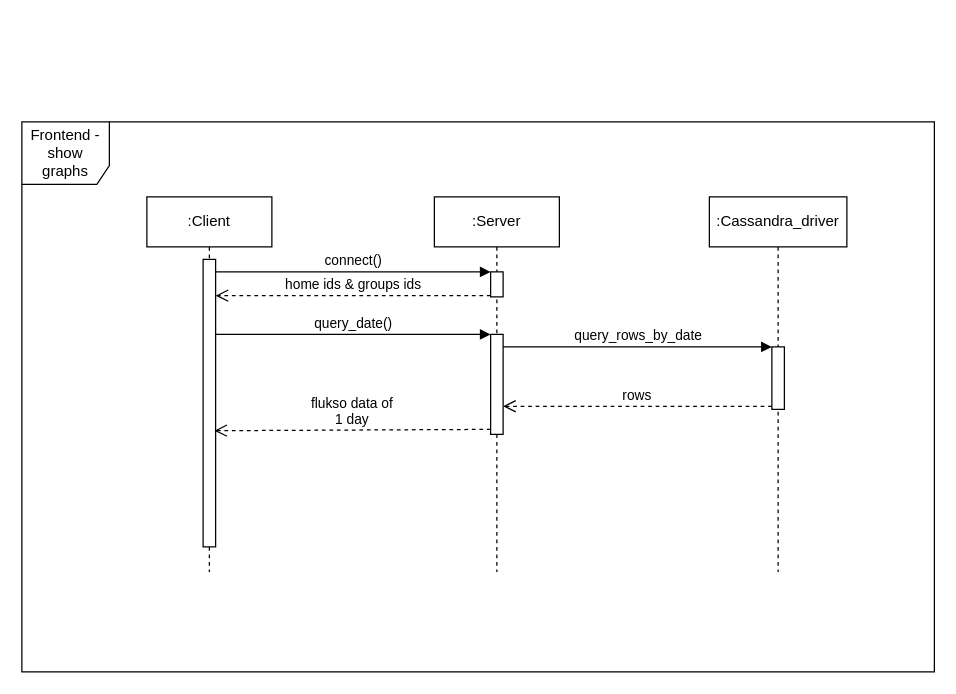
Before: page "seq diag frontend" (2 of 8) of documentation/documentation_diagrams.drawio in AlexandreHnf/Voisin-d-energie-ULB, a draw.io diagram. Source tidied: cells renumbered, new cells numbered last; positions are measured from the earlier drawing's top-left corner, leaving out a move shared by most shapes. Both pictures are drawn from the tidied source at 125%, with x=0, y=0 at pixel (21, 121).
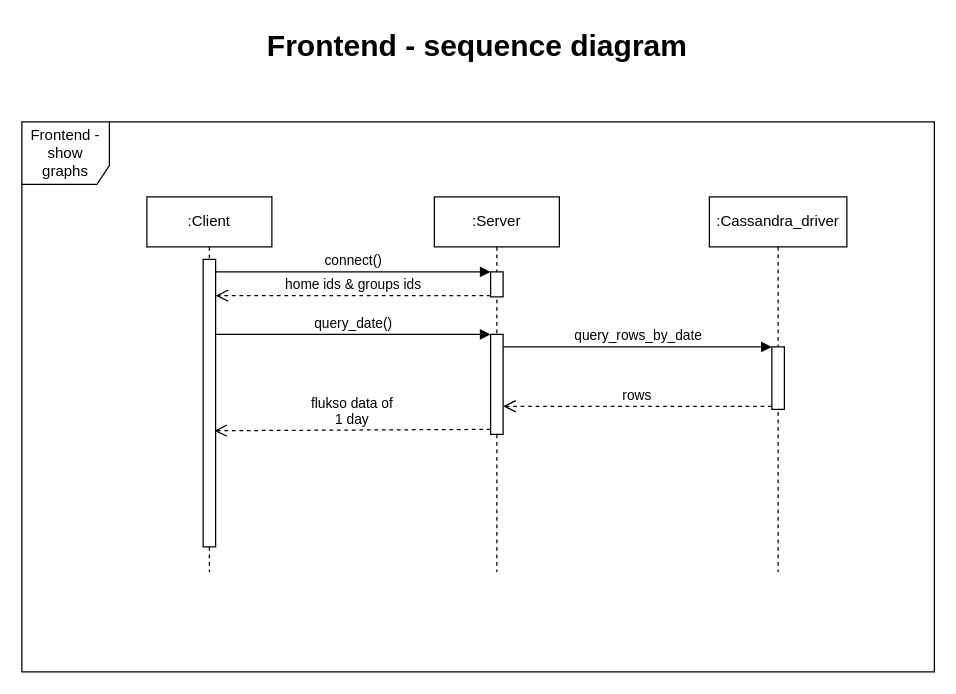
The same page after the edit.

Diff of the diagram source:
```diff
@@
 <mxGraphModel>
   <root>
     <mxCell id="0" />
     <mxCell id="1" parent="0" />
     <mxCell id="2" value="Frontend - show graphs" style="shape=umlFrame;whiteSpace=wrap;html=1;width=70;height=50;" parent="1" vertex="1">
       <mxGeometry width="730" height="440" as="geometry" />
     </mxCell>
     <mxCell id="3" value="&lt;div&gt;:Client&lt;/div&gt;" style="shape=umlLifeline;perimeter=lifelinePerimeter;whiteSpace=wrap;html=1;" parent="1" vertex="1">
       <mxGeometry x="100" y="60" width="100" height="300" as="geometry" />
     </mxCell>
     <mxCell id="4" style="html=1;points=[];perimeter=orthogonalPerimeter;" parent="3" vertex="1">
       <mxGeometry x="45" y="50" width="10" height="230" as="geometry" />
     </mxCell>
     <mxCell id="5" value="&lt;div&gt;:Server&lt;/div&gt;" style="shape=umlLifeline;perimeter=lifelinePerimeter;whiteSpace=wrap;html=1;" parent="1" vertex="1">
       <mxGeometry x="330" y="60" width="100" height="300" as="geometry" />
     </mxCell>
     <mxCell id="6" style="html=1;points=[];perimeter=orthogonalPerimeter;" parent="5" vertex="1">
       <mxGeometry x="45" y="60" width="10" height="20" as="geometry" />
     </mxCell>
     <mxCell id="7" style="html=1;points=[];perimeter=orthogonalPerimeter;" parent="5" vertex="1">
       <mxGeometry x="45" y="110" width="10" height="80" as="geometry" />
     </mxCell>
     <mxCell id="8" value="connect()" style="html=1;verticalAlign=bottom;endArrow=block;entryX=0;entryY=0;rounded=0;" parent="1" edge="1" source="4" target="6">
       <mxGeometry relative="1" as="geometry" />
     </mxCell>
     <mxCell id="9" value="home ids &amp;amp; groups ids" style="html=1;verticalAlign=bottom;endArrow=open;dashed=1;endSize=8;exitX=0;exitY=0.95;rounded=0;" parent="1" edge="1" source="6" target="4">
       <mxGeometry relative="1" as="geometry" />
     </mxCell>
     <mxCell id="10" value="query_date()" style="html=1;verticalAlign=bottom;endArrow=block;entryX=0;entryY=0;rounded=0;" parent="1" edge="1" source="4" target="7">
       <mxGeometry relative="1" as="geometry" />
     </mxCell>
     <mxCell id="11" value="&lt;div&gt;flukso data of &lt;br&gt;&lt;/div&gt;&lt;div&gt;1 day&lt;/div&gt;" style="html=1;verticalAlign=bottom;endArrow=open;dashed=1;endSize=8;exitX=0;exitY=0.95;rounded=0;entryX=0.9;entryY=0.596;entryDx=0;entryDy=0;entryPerimeter=0;" parent="1" edge="1" source="7" target="4">
       <mxGeometry relative="1" as="geometry" />
     </mxCell>
     <mxCell id="12" value=":Cassandra_driver" style="shape=umlLifeline;perimeter=lifelinePerimeter;whiteSpace=wrap;html=1;" parent="1" vertex="1">
       <mxGeometry x="550" y="60" width="110" height="300" as="geometry" />
     </mxCell>
     <mxCell id="13" style="html=1;points=[];perimeter=orthogonalPerimeter;" parent="12" vertex="1">
       <mxGeometry x="50" y="120" width="10" height="50" as="geometry" />
     </mxCell>
     <mxCell id="14" value="rows " style="html=1;verticalAlign=bottom;endArrow=open;dashed=1;endSize=8;exitX=0;exitY=0.95;rounded=0;" parent="1" edge="1" source="13" target="7">
       <mxGeometry relative="1" as="geometry" />
     </mxCell>
     <mxCell id="15" value="query_rows_by_date" style="html=1;verticalAlign=bottom;endArrow=block;entryX=0;entryY=0;rounded=0;" parent="1" edge="1" source="7" target="13">
       <mxGeometry relative="1" as="geometry" />
     </mxCell>
+    <mxCell id="16" value="Frontend - sequence diagram" style="text;strokeColor=none;fillColor=none;html=1;fontSize=24;fontStyle=1;verticalAlign=middle;align=center;" parent="1" vertex="1">
+      <mxGeometry x="314" y="-80" width="100" height="40" as="geometry" />
+    </mxCell>
   </root>
 </mxGraphModel>
```
